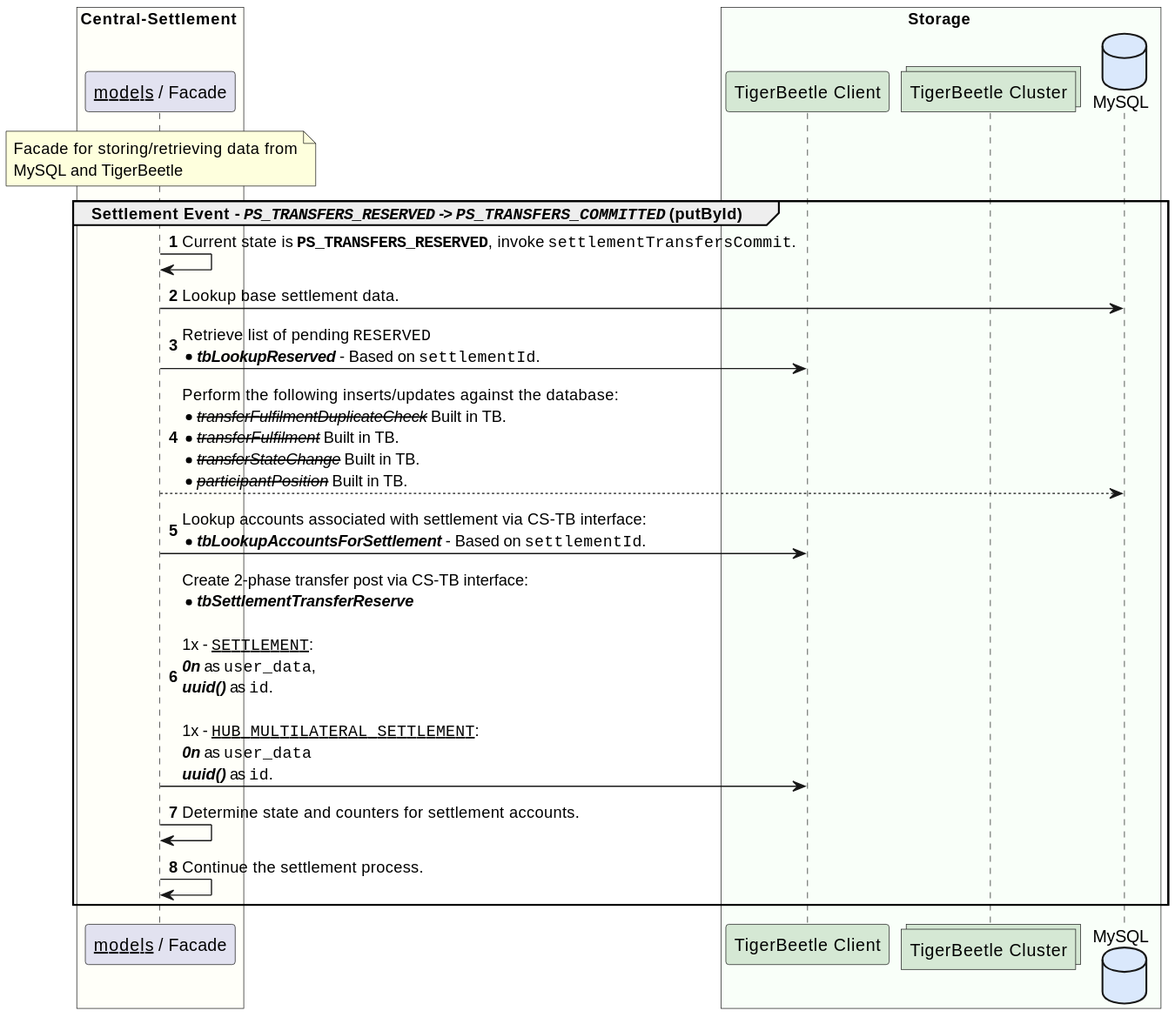
Above: solution_design/sequence-settlement-tb-enabled-update-by-id-03.svg in coilhq/mucoa (PlantUML), before the change. The source it was exported from:
```plantuml
@startuml

box Central-Settlement #FFFFF9
    participant "__models__ / Facade" as cs_facade

    note over cs_facade
        Facade for storing/retrieving data from
        MySQL and TigerBeetle
    end note
end box

box Storage #F9FFF9
	participant "TigerBeetle Client" as tb_client #D5E8D4
	collections "TigerBeetle Cluster" as tb_nodes #D5E8D4
	database "MySQL" as cl_db #DAE8FC
end box

autonumber
group Settlement Event - //""PS_TRANSFERS_RESERVED"" -> ""PS_TRANSFERS_COMMITTED""// (putById)
    cs_facade -> cs_facade : Current state is **""PS_TRANSFERS_RESERVED""**, invoke ""settlementTransfersCommit"".
    cs_facade -> cl_db : Lookup base settlement data.
    cs_facade -> tb_client : Retrieve list of pending ""RESERVED""\n*//**tbLookupReserved**// - Based on ""settlementId"".
    cs_facade --> cl_db : Perform the following inserts/updates against the database:\n*--//transferFulfilmentDuplicateCheck//-- Built in TB.\n*--//transferFulfilment//-- Built in TB.\n*--//transferStateChange//-- Built in TB.\n*--//participantPosition//-- Built in TB.
    cs_facade -> tb_client : Lookup accounts associated with settlement via CS-TB interface:\n*//**tbLookupAccountsForSettlement**// - Based on ""settlementId"".
    cs_facade -> tb_client : Create 2-phase transfer post via CS-TB interface:\n*//**tbSettlementTransferReserve**//\n\n1x - __""SETTLEMENT""__:\n**//0n//** as ""user_data"", \n**//uuid()//** as ""id"".\n\n1x - __""HUB_MULTILATERAL_SETTLEMENT""__:\n**//0n//** as ""user_data""\n**//uuid()//** as ""id"".
    cs_facade -> cs_facade : Determine state and counters for settlement accounts.
    cs_facade -> cs_facade : Continue the settlement process.
end

@enduml
```
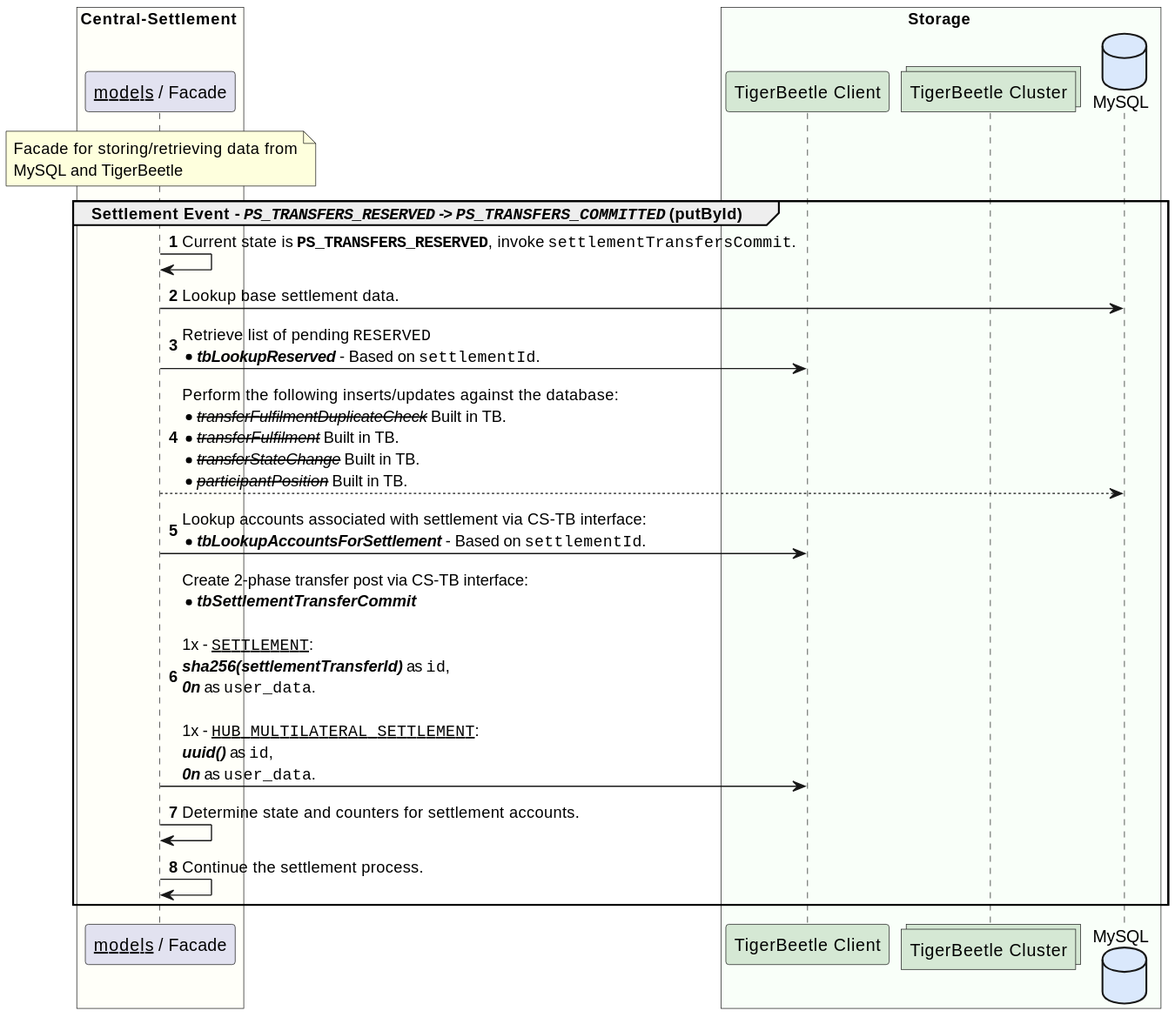
Later version of the same file.

Commit message:
Updated sequence diagrams for settlement. Each of the 3 states completed.

What changed in the source:
```diff
@@ -22,7 +22,7 @@
     cs_facade -> tb_client : Retrieve list of pending ""RESERVED""\n*//**tbLookupReserved**// - Based on ""settlementId"".
     cs_facade --> cl_db : Perform the following inserts/updates against the database:\n*--//transferFulfilmentDuplicateCheck//-- Built in TB.\n*--//transferFulfilment//-- Built in TB.\n*--//transferStateChange//-- Built in TB.\n*--//participantPosition//-- Built in TB.
     cs_facade -> tb_client : Lookup accounts associated with settlement via CS-TB interface:\n*//**tbLookupAccountsForSettlement**// - Based on ""settlementId"".
-    cs_facade -> tb_client : Create 2-phase transfer post via CS-TB interface:\n*//**tbSettlementTransferReserve**//\n\n1x - __""SETTLEMENT""__:\n**//0n//** as ""user_data"", \n**//uuid()//** as ""id"".\n\n1x - __""HUB_MULTILATERAL_SETTLEMENT""__:\n**//0n//** as ""user_data""\n**//uuid()//** as ""id"".
+    cs_facade -> tb_client : Create 2-phase transfer post via CS-TB interface:\n*//**tbSettlementTransferCommit**//\n\n1x - __""SETTLEMENT""__:\n**//sha256(settlementTransferId)//** as ""id"", \n**//0n//** as ""user_data"".\n\n1x - __""HUB_MULTILATERAL_SETTLEMENT""__:\n**//uuid()//** as ""id"", \n**//0n//** as ""user_data"".
     cs_facade -> cs_facade : Determine state and counters for settlement accounts.
     cs_facade -> cs_facade : Continue the settlement process.
 end
```
